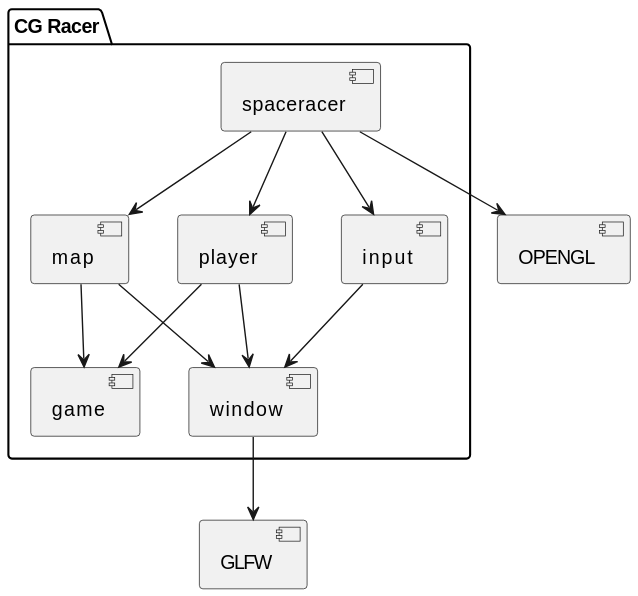
Earlier version of the PlantUML export Docs/Components.svg (erzu12/cg_racer).
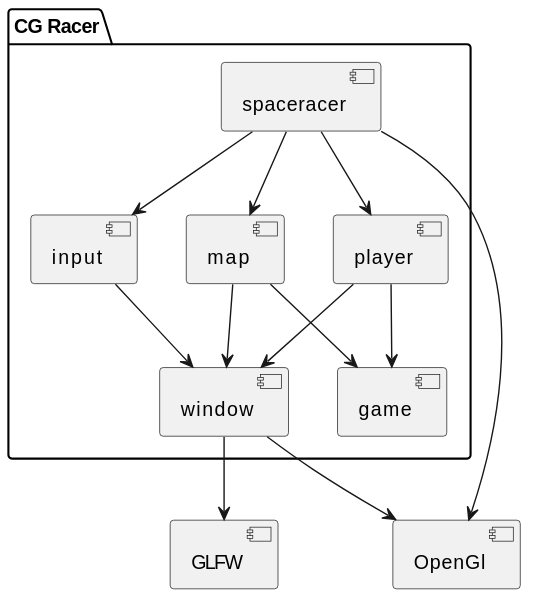
After the change.

Commit message:
update readme with Controls and Architecture description

Change to the diagram source:
```diff
@@ -10,14 +10,15 @@
 
 [GLFW]
 
-[OPENGL]
+[OpenGl]
 
 [spaceracer] --> [player]
 [spaceracer] --> [map]
 [spaceracer] --> [input]
 
-[spaceracer] --> [OPENGL]
+[spaceracer] --> [OpenGl]
 
+[window] --> [OpenGl]
 
 [input] --> [window]
 [window] --> [GLFW]
```
